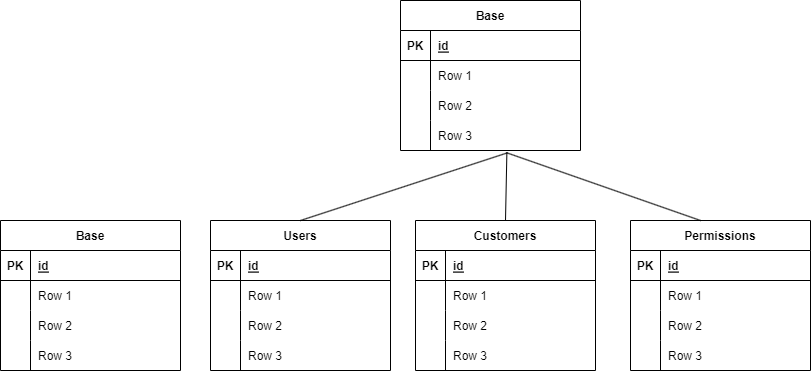
Before: documentation/database.png, a diagram exported from draw.io (SubjectAlpha/wgu-captstone). Source tidied: cells renumbered, new cells last; positions are measured from the earlier drawing's top-left corner, leaving out a move shared by most shapes.
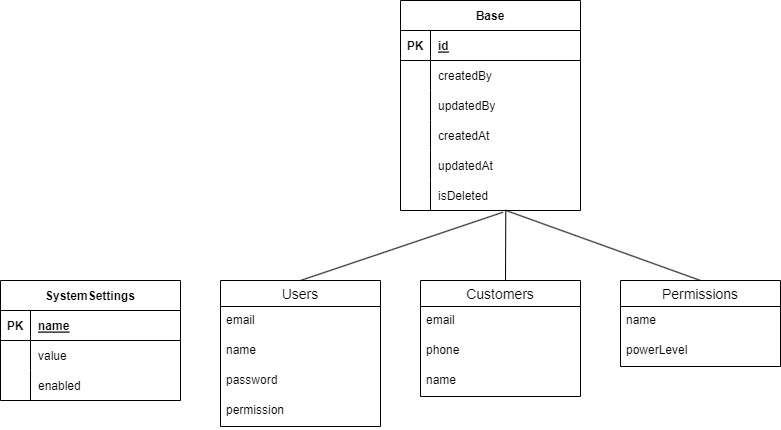
The same file after the commit.

The edit, as a diff of the source:
```diff
@@ -3,7 +3,7 @@
     <mxCell id="0" />
     <mxCell id="1" parent="0" />
     <mxCell id="2" value="Base" style="shape=table;startSize=30;rowLines=0;fontStyle=1;align=center;" parent="1" vertex="1">
-      <mxGeometry x="400" width="180" height="150" as="geometry" />
+      <mxGeometry x="400" y="-60" width="180" height="210" as="geometry" />
     </mxCell>
     <mxCell id="3" style="shape=tableRow;horizontal=0;startSize=0;swimlaneHead=0;swimlaneBody=0;fillColor=none;top=0;left=0;right=0;bottom=1;" parent="2" vertex="1">
       <mxGeometry y="30" width="180" height="30" as="geometry" />
@@ -20,7 +20,7 @@
     <mxCell id="7" style="shape=partialRectangle;fillColor=none;top=0;left=0;bottom=0;right=0;overflow=hidden;" parent="6" vertex="1">
       <mxGeometry width="30" height="30" as="geometry" />
     </mxCell>
-    <mxCell id="8" value="Row 1" style="shape=partialRectangle;fillColor=none;top=0;left=0;bottom=0;right=0;align=left;spacingLeft=6;overflow=hidden;" parent="6" vertex="1">
+    <mxCell id="8" value="createdBy" style="shape=partialRectangle;fillColor=none;top=0;left=0;bottom=0;right=0;align=left;spacingLeft=6;overflow=hidden;" parent="6" vertex="1">
       <mxGeometry x="30" width="150" height="30" as="geometry" />
     </mxCell>
     <mxCell id="9" style="shape=tableRow;horizontal=0;startSize=0;swimlaneHead=0;swimlaneBody=0;fillColor=none;top=0;left=0;right=0;bottom=0;" parent="2" vertex="1">
@@ -29,7 +29,7 @@
     <mxCell id="10" style="shape=partialRectangle;fillColor=none;top=0;left=0;bottom=0;right=0;overflow=hidden;" parent="9" vertex="1">
       <mxGeometry width="30" height="30" as="geometry" />
     </mxCell>
-    <mxCell id="11" value="Row 2" style="shape=partialRectangle;fillColor=none;top=0;left=0;bottom=0;right=0;align=left;spacingLeft=6;overflow=hidden;" parent="9" vertex="1">
+    <mxCell id="11" value="updatedBy" style="shape=partialRectangle;fillColor=none;top=0;left=0;bottom=0;right=0;align=left;spacingLeft=6;overflow=hidden;" parent="9" vertex="1">
       <mxGeometry x="30" width="150" height="30" as="geometry" />
     </mxCell>
     <mxCell id="12" style="shape=tableRow;horizontal=0;startSize=0;swimlaneHead=0;swimlaneBody=0;fillColor=none;points=[[0,0.5],[1,0.5]];portConstraint=eastwest;top=0;left=0;right=0;bottom=0;" parent="2" vertex="1">
@@ -38,11 +38,29 @@
     <mxCell id="13" style="shape=partialRectangle;fillColor=none;top=0;left=0;bottom=0;right=0;overflow=hidden;" parent="12" vertex="1">
       <mxGeometry width="30" height="30" as="geometry" />
     </mxCell>
-    <mxCell id="14" value="Row 3" style="shape=partialRectangle;fillColor=none;top=0;left=0;bottom=0;right=0;align=left;spacingLeft=6;overflow=hidden;" parent="12" vertex="1">
+    <mxCell id="14" value="createdAt" style="shape=partialRectangle;fillColor=none;top=0;left=0;bottom=0;right=0;align=left;spacingLeft=6;overflow=hidden;" parent="12" vertex="1">
       <mxGeometry x="30" width="150" height="30" as="geometry" />
     </mxCell>
+    <mxCell id="70" style="shape=tableRow;horizontal=0;startSize=0;swimlaneHead=0;swimlaneBody=0;fillColor=none;top=0;left=0;right=0;bottom=0;" parent="2" vertex="1">
+      <mxGeometry y="150" width="180" height="30" as="geometry" />
+    </mxCell>
+    <mxCell id="71" style="shape=partialRectangle;fillColor=none;top=0;left=0;bottom=0;right=0;overflow=hidden;" parent="70" vertex="1">
+      <mxGeometry width="30" height="30" as="geometry" />
+    </mxCell>
+    <mxCell id="72" value="updatedAt" style="shape=partialRectangle;fillColor=none;top=0;left=0;bottom=0;right=0;align=left;spacingLeft=6;overflow=hidden;" parent="70" vertex="1">
+      <mxGeometry x="30" width="150" height="30" as="geometry" />
+    </mxCell>
+    <mxCell id="73" style="shape=tableRow;horizontal=0;startSize=0;swimlaneHead=0;swimlaneBody=0;fillColor=none;points=[[0,0.5],[1,0.5]];portConstraint=eastwest;top=0;left=0;right=0;bottom=0;" parent="2" vertex="1">
+      <mxGeometry y="180" width="180" height="30" as="geometry" />
+    </mxCell>
+    <mxCell id="74" style="shape=partialRectangle;fillColor=none;top=0;left=0;bottom=0;right=0;overflow=hidden;" parent="73" vertex="1">
+      <mxGeometry width="30" height="30" as="geometry" />
+    </mxCell>
+    <mxCell id="75" value="isDeleted" style="shape=partialRectangle;fillColor=none;top=0;left=0;bottom=0;right=0;align=left;spacingLeft=6;overflow=hidden;" parent="73" vertex="1">
+      <mxGeometry x="30" width="150" height="30" as="geometry" />
+    </mxCell>
-    <mxCell id="15" value="Base" style="shape=table;startSize=30;rowLines=0;fontStyle=1;align=center;" parent="1" vertex="1">
-      <mxGeometry y="220" width="180" height="150" as="geometry" />
+    <mxCell id="15" value="SystemSettings" style="shape=table;startSize=30;rowLines=0;fontStyle=1;align=center;" parent="1" vertex="1">
+      <mxGeometry y="220" width="180" height="120" as="geometry" />
     </mxCell>
     <mxCell id="16" style="shape=tableRow;horizontal=0;startSize=0;swimlaneHead=0;swimlaneBody=0;fillColor=none;top=0;left=0;right=0;bottom=1;" parent="15" vertex="1">
       <mxGeometry y="30" width="180" height="30" as="geometry" />
@@ -50,7 +68,7 @@
     <mxCell id="17" value="PK" style="shape=partialRectangle;fillColor=none;top=0;left=0;bottom=0;right=0;fontStyle=1;overflow=hidden;" parent="16" vertex="1">
       <mxGeometry width="30" height="30" as="geometry" />
     </mxCell>
-    <mxCell id="18" value="id" style="shape=partialRectangle;fillColor=none;top=0;left=0;bottom=0;right=0;align=left;spacingLeft=6;fontStyle=5;overflow=hidden;" parent="16" vertex="1">
+    <mxCell id="18" value="name" style="shape=partialRectangle;fillColor=none;top=0;left=0;bottom=0;right=0;align=left;spacingLeft=6;fontStyle=5;overflow=hidden;" parent="16" vertex="1">
       <mxGeometry x="30" width="150" height="30" as="geometry" />
     </mxCell>
     <mxCell id="19" style="shape=tableRow;horizontal=0;startSize=0;swimlaneHead=0;swimlaneBody=0;fillColor=none;top=0;left=0;right=0;bottom=0;" parent="15" vertex="1">
@@ -59,7 +77,7 @@
     <mxCell id="20" style="shape=partialRectangle;fillColor=none;top=0;left=0;bottom=0;right=0;overflow=hidden;" parent="19" vertex="1">
       <mxGeometry width="30" height="30" as="geometry" />
     </mxCell>
-    <mxCell id="21" value="Row 1" style="shape=partialRectangle;fillColor=none;top=0;left=0;bottom=0;right=0;align=left;spacingLeft=6;overflow=hidden;" parent="19" vertex="1">
+    <mxCell id="21" value="value" style="shape=partialRectangle;fillColor=none;top=0;left=0;bottom=0;right=0;align=left;spacingLeft=6;overflow=hidden;" parent="19" vertex="1">
       <mxGeometry x="30" width="150" height="30" as="geometry" />
     </mxCell>
     <mxCell id="22" style="shape=tableRow;horizontal=0;startSize=0;swimlaneHead=0;swimlaneBody=0;fillColor=none;top=0;left=0;right=0;bottom=0;" parent="15" vertex="1">
@@ -68,147 +86,59 @@
     <mxCell id="23" style="shape=partialRectangle;fillColor=none;top=0;left=0;bottom=0;right=0;overflow=hidden;" parent="22" vertex="1">
       <mxGeometry width="30" height="30" as="geometry" />
     </mxCell>
-    <mxCell id="24" value="Row 2" style="shape=partialRectangle;fillColor=none;top=0;left=0;bottom=0;right=0;align=left;spacingLeft=6;overflow=hidden;" parent="22" vertex="1">
+    <mxCell id="24" value="enabled" style="shape=partialRectangle;fillColor=none;top=0;left=0;bottom=0;right=0;align=left;spacingLeft=6;overflow=hidden;" parent="22" vertex="1">
       <mxGeometry x="30" width="150" height="30" as="geometry" />
     </mxCell>
-    <mxCell id="25" style="shape=tableRow;horizontal=0;startSize=0;swimlaneHead=0;swimlaneBody=0;fillColor=none;top=0;left=0;right=0;bottom=0;" parent="15" vertex="1">
-      <mxGeometry y="120" width="180" height="30" as="geometry" />
-    </mxCell>
-    <mxCell id="26" style="shape=partialRectangle;fillColor=none;top=0;left=0;bottom=0;right=0;overflow=hidden;" parent="25" vertex="1">
-      <mxGeometry width="30" height="30" as="geometry" />
-    </mxCell>
-    <mxCell id="27" value="Row 3" style="shape=partialRectangle;fillColor=none;top=0;left=0;bottom=0;right=0;align=left;spacingLeft=6;overflow=hidden;" parent="25" vertex="1">
-      <mxGeometry x="30" width="150" height="30" as="geometry" />
-    </mxCell>
-    <mxCell id="28" value="Users" style="shape=table;startSize=30;rowLines=0;fontStyle=1;align=center;" parent="1" vertex="1">
-      <mxGeometry x="210" y="220" width="180" height="150" as="geometry" />
-    </mxCell>
-    <mxCell id="29" style="shape=tableRow;horizontal=0;startSize=0;swimlaneHead=0;swimlaneBody=0;fillColor=none;top=0;left=0;right=0;bottom=1;" parent="28" vertex="1">
-      <mxGeometry y="30" width="180" height="30" as="geometry" />
-    </mxCell>
-    <mxCell id="30" value="PK" style="shape=partialRectangle;fillColor=none;top=0;left=0;bottom=0;right=0;fontStyle=1;overflow=hidden;" parent="29" vertex="1">
-      <mxGeometry width="30" height="30" as="geometry" />
-    </mxCell>
-    <mxCell id="31" value="id" style="shape=partialRectangle;fillColor=none;top=0;left=0;bottom=0;right=0;align=left;spacingLeft=6;fontStyle=5;overflow=hidden;" parent="29" vertex="1">
-      <mxGeometry x="30" width="150" height="30" as="geometry" />
-    </mxCell>
-    <mxCell id="32" style="shape=tableRow;horizontal=0;startSize=0;swimlaneHead=0;swimlaneBody=0;fillColor=none;top=0;left=0;right=0;bottom=0;" parent="28" vertex="1">
-      <mxGeometry y="60" width="180" height="30" as="geometry" />
-    </mxCell>
-    <mxCell id="33" style="shape=partialRectangle;fillColor=none;top=0;left=0;bottom=0;right=0;overflow=hidden;" parent="32" vertex="1">
-      <mxGeometry width="30" height="30" as="geometry" />
-    </mxCell>
-    <mxCell id="34" value="Row 1" style="shape=partialRectangle;fillColor=none;top=0;left=0;bottom=0;right=0;align=left;spacingLeft=6;overflow=hidden;" parent="32" vertex="1">
-      <mxGeometry x="30" width="150" height="30" as="geometry" />
-    </mxCell>
-    <mxCell id="35" style="shape=tableRow;horizontal=0;startSize=0;swimlaneHead=0;swimlaneBody=0;fillColor=none;top=0;left=0;right=0;bottom=0;" parent="28" vertex="1">
-      <mxGeometry y="90" width="180" height="30" as="geometry" />
-    </mxCell>
-    <mxCell id="36" style="shape=partialRectangle;fillColor=none;top=0;left=0;bottom=0;right=0;overflow=hidden;" parent="35" vertex="1">
-      <mxGeometry width="30" height="30" as="geometry" />
-    </mxCell>
-    <mxCell id="37" value="Row 2" style="shape=partialRectangle;fillColor=none;top=0;left=0;bottom=0;right=0;align=left;spacingLeft=6;overflow=hidden;" parent="35" vertex="1">
-      <mxGeometry x="30" width="150" height="30" as="geometry" />
-    </mxCell>
-    <mxCell id="38" style="shape=tableRow;horizontal=0;startSize=0;swimlaneHead=0;swimlaneBody=0;fillColor=none;top=0;left=0;right=0;bottom=0;" parent="28" vertex="1">
-      <mxGeometry y="120" width="180" height="30" as="geometry" />
-    </mxCell>
-    <mxCell id="39" style="shape=partialRectangle;fillColor=none;top=0;left=0;bottom=0;right=0;overflow=hidden;" parent="38" vertex="1">
-      <mxGeometry width="30" height="30" as="geometry" />
-    </mxCell>
-    <mxCell id="40" value="Row 3" style="shape=partialRectangle;fillColor=none;top=0;left=0;bottom=0;right=0;align=left;spacingLeft=6;overflow=hidden;" parent="38" vertex="1">
-      <mxGeometry x="30" width="150" height="30" as="geometry" />
-    </mxCell>
-    <mxCell id="41" value="Customers" style="shape=table;startSize=30;rowLines=0;fontStyle=1;align=center;" parent="1" vertex="1">
-      <mxGeometry x="415" y="220" width="180" height="150" as="geometry" />
-    </mxCell>
-    <mxCell id="42" style="shape=tableRow;horizontal=0;startSize=0;swimlaneHead=0;swimlaneBody=0;fillColor=none;top=0;left=0;right=0;bottom=1;" parent="41" vertex="1">
-      <mxGeometry y="30" width="180" height="30" as="geometry" />
-    </mxCell>
-    <mxCell id="43" value="PK" style="shape=partialRectangle;fillColor=none;top=0;left=0;bottom=0;right=0;fontStyle=1;overflow=hidden;" parent="42" vertex="1">
-      <mxGeometry width="30" height="30" as="geometry" />
-    </mxCell>
-    <mxCell id="44" value="id" style="shape=partialRectangle;fillColor=none;top=0;left=0;bottom=0;right=0;align=left;spacingLeft=6;fontStyle=5;overflow=hidden;" parent="42" vertex="1">
-      <mxGeometry x="30" width="150" height="30" as="geometry" />
-    </mxCell>
-    <mxCell id="45" style="shape=tableRow;horizontal=0;startSize=0;swimlaneHead=0;swimlaneBody=0;fillColor=none;top=0;left=0;right=0;bottom=0;" parent="41" vertex="1">
-      <mxGeometry y="60" width="180" height="30" as="geometry" />
-    </mxCell>
-    <mxCell id="46" style="shape=partialRectangle;fillColor=none;top=0;left=0;bottom=0;right=0;overflow=hidden;" parent="45" vertex="1">
-      <mxGeometry width="30" height="30" as="geometry" />
-    </mxCell>
-    <mxCell id="47" value="Row 1" style="shape=partialRectangle;fillColor=none;top=0;left=0;bottom=0;right=0;align=left;spacingLeft=6;overflow=hidden;" parent="45" vertex="1">
-      <mxGeometry x="30" width="150" height="30" as="geometry" />
-    </mxCell>
-    <mxCell id="48" style="shape=tableRow;horizontal=0;startSize=0;swimlaneHead=0;swimlaneBody=0;fillColor=none;top=0;left=0;right=0;bottom=0;" parent="41" vertex="1">
-      <mxGeometry y="90" width="180" height="30" as="geometry" />
-    </mxCell>
-    <mxCell id="49" style="shape=partialRectangle;fillColor=none;top=0;left=0;bottom=0;right=0;overflow=hidden;" parent="48" vertex="1">
-      <mxGeometry width="30" height="30" as="geometry" />
-    </mxCell>
-    <mxCell id="50" value="Row 2" style="shape=partialRectangle;fillColor=none;top=0;left=0;bottom=0;right=0;align=left;spacingLeft=6;overflow=hidden;" parent="48" vertex="1">
-      <mxGeometry x="30" width="150" height="30" as="geometry" />
-    </mxCell>
-    <mxCell id="51" style="shape=tableRow;horizontal=0;startSize=0;swimlaneHead=0;swimlaneBody=0;fillColor=none;top=0;left=0;right=0;bottom=0;" parent="41" vertex="1">
-      <mxGeometry y="120" width="180" height="30" as="geometry" />
-    </mxCell>
-    <mxCell id="52" style="shape=partialRectangle;fillColor=none;top=0;left=0;bottom=0;right=0;overflow=hidden;" parent="51" vertex="1">
-      <mxGeometry width="30" height="30" as="geometry" />
-    </mxCell>
-    <mxCell id="53" value="Row 3" style="shape=partialRectangle;fillColor=none;top=0;left=0;bottom=0;right=0;align=left;spacingLeft=6;overflow=hidden;" parent="51" vertex="1">
-      <mxGeometry x="30" width="150" height="30" as="geometry" />
-    </mxCell>
-    <mxCell id="54" value="Permissions" style="shape=table;startSize=30;rowLines=0;fontStyle=1;align=center;" parent="1" vertex="1">
-      <mxGeometry x="630" y="220" width="180" height="150" as="geometry" />
-    </mxCell>
-    <mxCell id="55" style="shape=tableRow;horizontal=0;startSize=0;swimlaneHead=0;swimlaneBody=0;fillColor=none;top=0;left=0;right=0;bottom=1;" parent="54" vertex="1">
-      <mxGeometry y="30" width="180" height="30" as="geometry" />
-    </mxCell>
-    <mxCell id="56" value="PK" style="shape=partialRectangle;fillColor=none;top=0;left=0;bottom=0;right=0;fontStyle=1;overflow=hidden;" parent="55" vertex="1">
-      <mxGeometry width="30" height="30" as="geometry" />
-    </mxCell>
-    <mxCell id="57" value="id" style="shape=partialRectangle;fillColor=none;top=0;left=0;bottom=0;right=0;align=left;spacingLeft=6;fontStyle=5;overflow=hidden;" parent="55" vertex="1">
-      <mxGeometry x="30" width="150" height="30" as="geometry" />
-    </mxCell>
-    <mxCell id="58" style="shape=tableRow;horizontal=0;startSize=0;swimlaneHead=0;swimlaneBody=0;fillColor=none;top=0;left=0;right=0;bottom=0;" parent="54" vertex="1">
-      <mxGeometry y="60" width="180" height="30" as="geometry" />
-    </mxCell>
-    <mxCell id="59" style="shape=partialRectangle;fillColor=none;top=0;left=0;bottom=0;right=0;overflow=hidden;" parent="58" vertex="1">
-      <mxGeometry width="30" height="30" as="geometry" />
-    </mxCell>
-    <mxCell id="60" value="Row 1" style="shape=partialRectangle;fillColor=none;top=0;left=0;bottom=0;right=0;align=left;spacingLeft=6;overflow=hidden;" parent="58" vertex="1">
-      <mxGeometry x="30" width="150" height="30" as="geometry" />
-    </mxCell>
-    <mxCell id="61" style="shape=tableRow;horizontal=0;startSize=0;swimlaneHead=0;swimlaneBody=0;fillColor=none;top=0;left=0;right=0;bottom=0;" parent="54" vertex="1">
-      <mxGeometry y="90" width="180" height="30" as="geometry" />
-    </mxCell>
-    <mxCell id="62" style="shape=partialRectangle;fillColor=none;top=0;left=0;bottom=0;right=0;overflow=hidden;" parent="61" vertex="1">
-      <mxGeometry width="30" height="30" as="geometry" />
-    </mxCell>
-    <mxCell id="63" value="Row 2" style="shape=partialRectangle;fillColor=none;top=0;left=0;bottom=0;right=0;align=left;spacingLeft=6;overflow=hidden;" parent="61" vertex="1">
-      <mxGeometry x="30" width="150" height="30" as="geometry" />
-    </mxCell>
-    <mxCell id="64" style="shape=tableRow;horizontal=0;startSize=0;swimlaneHead=0;swimlaneBody=0;fillColor=none;top=0;left=0;right=0;bottom=0;" parent="54" vertex="1">
-      <mxGeometry y="120" width="180" height="30" as="geometry" />
-    </mxCell>
-    <mxCell id="65" style="shape=partialRectangle;fillColor=none;top=0;left=0;bottom=0;right=0;overflow=hidden;" parent="64" vertex="1">
-      <mxGeometry width="30" height="30" as="geometry" />
-    </mxCell>
-    <mxCell id="66" value="Row 3" style="shape=partialRectangle;fillColor=none;top=0;left=0;bottom=0;right=0;align=left;spacingLeft=6;overflow=hidden;" parent="64" vertex="1">
-      <mxGeometry x="30" width="150" height="30" as="geometry" />
-    </mxCell>
-    <mxCell id="67" style="endArrow=none;html=1;rounded=0;exitX=0.5;exitY=0;exitDx=0;exitDy=0;entryX=0.594;entryY=1.078;entryDx=0;entryDy=0;entryPerimeter=0;" parent="1" edge="1" source="28" target="12">
-      <mxGeometry relative="1" as="geometry" />
+    <mxCell id="67" style="endArrow=none;html=1;rounded=0;exitX=0.5;exitY=0;exitDx=0;exitDy=0;entryX=0.57;entryY=1.056;entryDx=0;entryDy=0;entryPerimeter=0;" parent="1" edge="1" target="73">
+      <mxGeometry relative="1" as="geometry">
+        <mxPoint x="300" y="220" as="sourcePoint" />
+      </mxGeometry>
     </mxCell>
-    <mxCell id="68" style="endArrow=none;html=1;rounded=0;exitX=0.5;exitY=0;exitDx=0;exitDy=0;entryX=0.591;entryY=1.056;entryDx=0;entryDy=0;entryPerimeter=0;" parent="1" edge="1" target="12">
+    <mxCell id="68" style="endArrow=none;html=1;rounded=0;exitX=0.5;exitY=0;exitDx=0;exitDy=0;entryX=0.585;entryY=1.011;entryDx=0;entryDy=0;entryPerimeter=0;" parent="1" edge="1" target="73">
       <mxGeometry relative="1" as="geometry">
         <mxPoint x="505" y="219.7" as="sourcePoint" />
       </mxGeometry>
     </mxCell>
-    <mxCell id="69" style="endArrow=none;html=1;rounded=0;exitX=0.5;exitY=0;exitDx=0;exitDy=0;entryX=0.591;entryY=1.078;entryDx=0;entryDy=0;entryPerimeter=0;" parent="1" edge="1" target="12">
+    <mxCell id="69" style="endArrow=none;html=1;rounded=0;exitX=0.5;exitY=0;exitDx=0;exitDy=0;entryX=0.581;entryY=0.989;entryDx=0;entryDy=0;entryPerimeter=0;" parent="1" edge="1" target="73">
       <mxGeometry relative="1" as="geometry">
         <mxPoint x="700" y="220" as="sourcePoint" />
       </mxGeometry>
     </mxCell>
+    <mxCell id="28" value="Users" style="swimlane;fontStyle=0;horizontal=1;startSize=26;align=center;fontSize=14;" parent="1" vertex="1">
+      <mxGeometry x="220" y="220" width="160" height="146" as="geometry" />
+    </mxCell>
+    <mxCell id="76" value="email" style="text;strokeColor=none;fillColor=none;spacingLeft=4;spacingRight=4;overflow=hidden;fontSize=12;" parent="28" vertex="1">
+      <mxGeometry y="26" width="160" height="30" as="geometry" />
+    </mxCell>
+    <mxCell id="77" value="name" style="text;strokeColor=none;fillColor=none;spacingLeft=4;spacingRight=4;overflow=hidden;fontSize=12;" parent="28" vertex="1">
+      <mxGeometry y="56" width="160" height="30" as="geometry" />
+    </mxCell>
+    <mxCell id="78" value="password" style="text;strokeColor=none;fillColor=none;spacingLeft=4;spacingRight=4;overflow=hidden;fontSize=12;" parent="28" vertex="1">
+      <mxGeometry y="86" width="160" height="30" as="geometry" />
+    </mxCell>
+    <mxCell id="79" value="permission" style="text;strokeColor=none;fillColor=none;spacingLeft=4;spacingRight=4;overflow=hidden;fontSize=12;" parent="28" vertex="1">
+      <mxGeometry y="116" width="160" height="30" as="geometry" />
+    </mxCell>
+    <mxCell id="54" value="Permissions" style="swimlane;fontStyle=0;horizontal=1;startSize=26;align=center;fontSize=14;" parent="1" vertex="1">
+      <mxGeometry x="620" y="220" width="160" height="86" as="geometry" />
+    </mxCell>
+    <mxCell id="80" value="name" style="text;strokeColor=none;fillColor=none;spacingLeft=4;spacingRight=4;overflow=hidden;fontSize=12;" parent="54" vertex="1">
+      <mxGeometry y="26" width="160" height="30" as="geometry" />
+    </mxCell>
+    <mxCell id="81" value="powerLevel" style="text;strokeColor=none;fillColor=none;spacingLeft=4;spacingRight=4;overflow=hidden;fontSize=12;" parent="54" vertex="1">
+      <mxGeometry y="56" width="160" height="30" as="geometry" />
+    </mxCell>
+    <mxCell id="41" value="Customers" style="swimlane;fontStyle=0;horizontal=1;startSize=26;align=center;fontSize=14;" parent="1" vertex="1">
+      <mxGeometry x="420" y="220" width="160" height="116" as="geometry" />
+    </mxCell>
+    <mxCell id="82" value="email" style="text;strokeColor=none;fillColor=none;spacingLeft=4;spacingRight=4;overflow=hidden;fontSize=12;" parent="41" vertex="1">
+      <mxGeometry y="26" width="160" height="30" as="geometry" />
+    </mxCell>
+    <mxCell id="83" value="phone" style="text;strokeColor=none;fillColor=none;spacingLeft=4;spacingRight=4;overflow=hidden;fontSize=12;" parent="41" vertex="1">
+      <mxGeometry y="56" width="160" height="30" as="geometry" />
+    </mxCell>
+    <mxCell id="84" value="name" style="text;strokeColor=none;fillColor=none;spacingLeft=4;spacingRight=4;overflow=hidden;fontSize=12;" parent="41" vertex="1">
+      <mxGeometry y="86" width="160" height="30" as="geometry" />
+    </mxCell>
   </root>
 </mxGraphModel>
```
